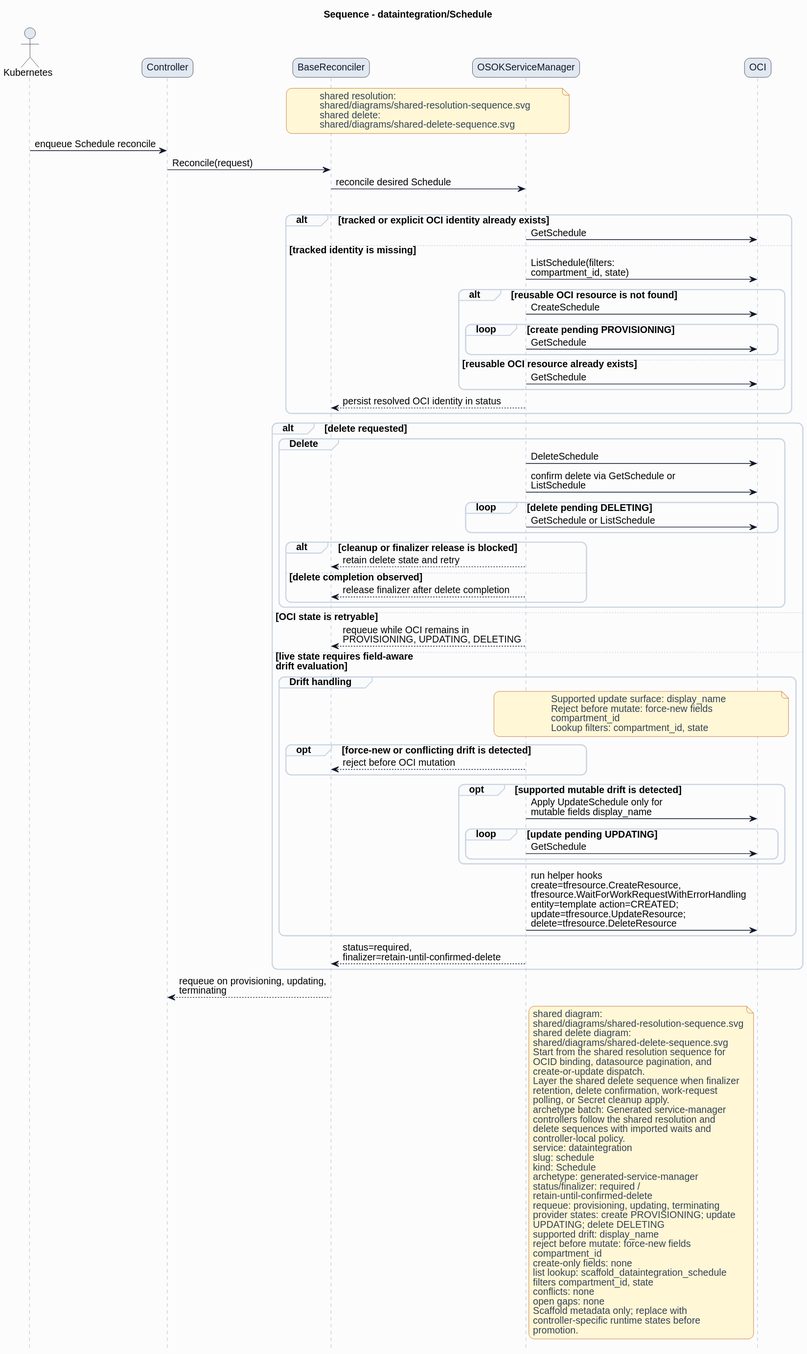
Before: formal/controllers/dataintegration/schedule/diagrams/sequence.svg, a diagram exported from PlantUML (HaoyL666/oci-service-operator).
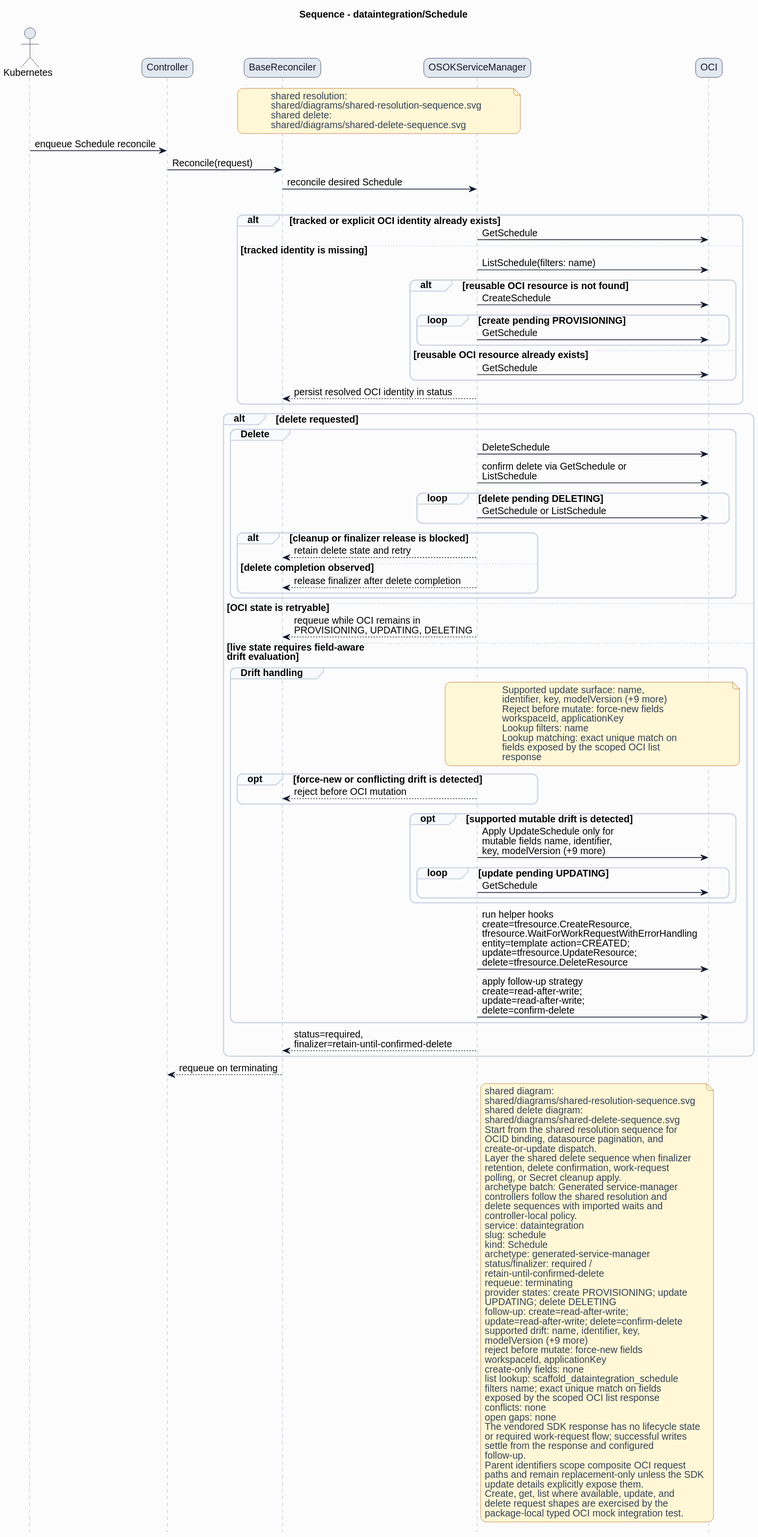
After the change.

Change to the diagram source:
```diff
@@ -38,7 +38,7 @@
 alt tracked or explicit OCI identity already exists
 ServiceManager -> OCI: GetSchedule
 else tracked identity is missing
-ServiceManager -> OCI: ListSchedule(filters:\ncompartment_id, state)
+ServiceManager -> OCI: ListSchedule(filters: name)
 alt reusable OCI resource is not found
 ServiceManager -> OCI: CreateSchedule
 loop create pending PROVISIONING
@@ -67,25 +67,30 @@
 else live state requires field-aware\ndrift evaluation
 group Drift handling
 note over ServiceManager,OCI
-Supported update surface: display_name
+Supported update surface: name,
+identifier, key, modelVersion (+9 more)
 Reject before mutate: force-new fields
-compartment_id
-Lookup filters: compartment_id, state
+workspaceId, applicationKey
+Lookup filters: name
+Lookup matching: exact unique match on
+fields exposed by the scoped OCI list
+response
 end note
 opt force-new or conflicting drift is detected
 ServiceManager --> BaseReconciler: reject before OCI mutation
 end
 opt supported mutable drift is detected
-ServiceManager -> OCI: Apply UpdateSchedule only for\nmutable fields display_name
+ServiceManager -> OCI: Apply UpdateSchedule only for\nmutable fields name, identifier,\nkey, modelVersion (+9 more)
 loop update pending UPDATING
 ServiceManager -> OCI: GetSchedule
 end
 end
 ServiceManager -> OCI: run helper hooks\ncreate=tfresource.CreateResource,\ntfresource.WaitForWorkRequestWithErrorHandling\nentity=template action=CREATED;\nupdate=tfresource.UpdateResource;\ndelete=tfresource.DeleteResource
+ServiceManager -> OCI: apply follow-up strategy\ncreate=read-after-write;\nupdate=read-after-write;\ndelete=confirm-delete
 end
 ServiceManager --> BaseReconciler: status=required,\nfinalizer=retain-until-confirmed-delete
 end
-BaseReconciler --> Controller: requeue on provisioning, updating,\nterminating
+BaseReconciler --> Controller: requeue on terminating
 note right of ServiceManager
 shared diagram:
 shared/diagrams/shared-resolution-sequence.svg
@@ -107,19 +112,30 @@
 archetype: generated-service-manager
 status/finalizer: required /
 retain-until-confirmed-delete
-requeue: provisioning, updating, terminating
+requeue: terminating
 provider states: create PROVISIONING; update
 UPDATING; delete DELETING
-supported drift: display_name
+follow-up: create=read-after-write;
+update=read-after-write; delete=confirm-delete
+supported drift: name, identifier, key,
+modelVersion (+9 more)
 reject before mutate: force-new fields
-compartment_id
+workspaceId, applicationKey
 create-only fields: none
 list lookup: scaffold_dataintegration_schedule
-filters compartment_id, state
+filters name; exact unique match on fields
+exposed by the scoped OCI list response
 conflicts: none
 open gaps: none
-Scaffold metadata only; replace with
-controller-specific runtime states before
-promotion.
+The vendored SDK response has no lifecycle state
+or required work-request flow; successful writes
+settle from the response and configured
+follow-up.
+Parent identifiers scope composite OCI request
+paths and remain replacement-only unless the SDK
+update details explicitly expose them.
+Create, get, list where available, update, and
+delete request shapes are exercised by the
+package-local typed OCI mock integration test.
 end note
 @enduml
```
